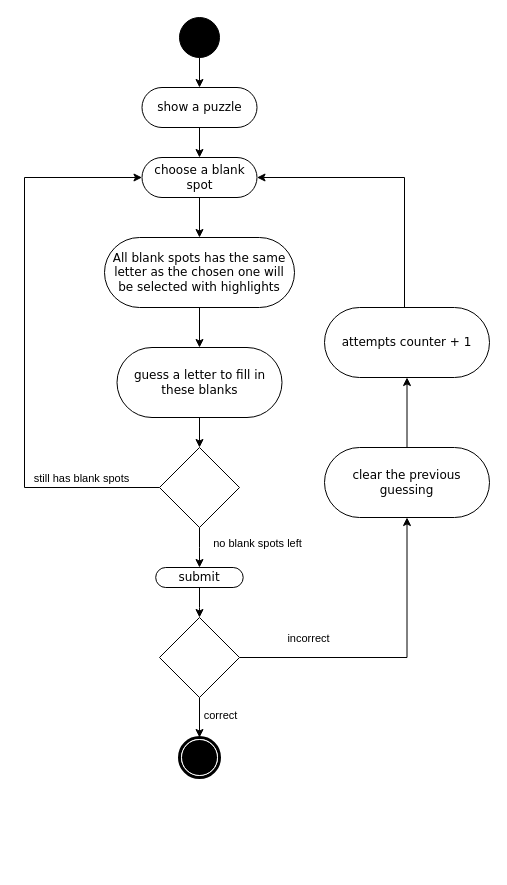
The draw.io diagram play.drawio in maxinimize/uml, before the edit. Source tidied: cells renumbered, new cells numbered last; positions are measured from the earlier drawing's top-left corner, leaving out a move shared by most shapes. Both pictures are drawn from the tidied source at 100%, with x=0, y=0 at pixel (24, 17).
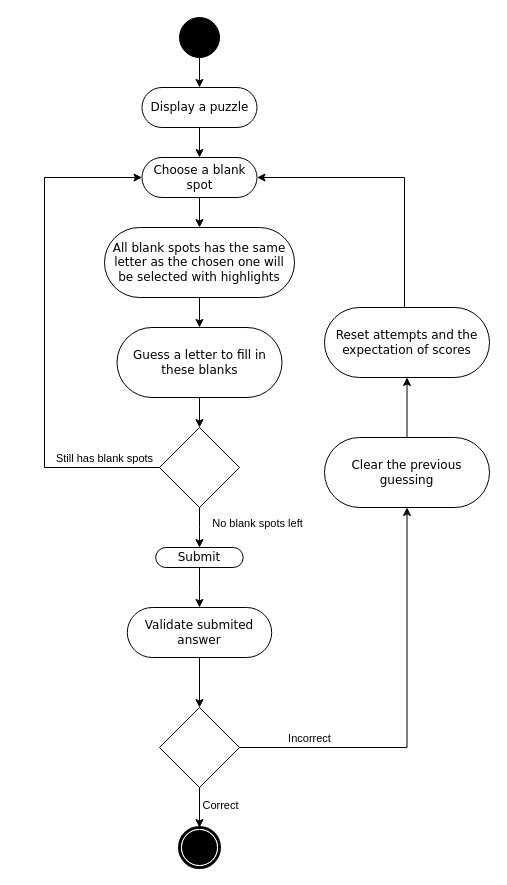
The same page after the edit.

Unchanged cells that the change refers to:
```xml
<mxCell id="12" style="edgeStyle=orthogonalEdgeStyle;rounded=0;jettySize=auto;html=1;" parent="1" edge="1" source="14" target="16">
  <mxGeometry relative="1" as="geometry" />
</mxCell>
<mxCell id="17" style="edgeStyle=orthogonalEdgeStyle;rounded=0;jettySize=auto;html=1;" parent="1" edge="1" source="21" target="23">
  <mxGeometry relative="1" as="geometry" />
</mxCell>
<mxCell id="19" style="edgeStyle=orthogonalEdgeStyle;rounded=0;jettySize=auto;html=1;entryX=0.5;entryY=0;entryDx=0;entryDy=0;" parent="1" edge="1" source="21" target="24">
  <mxGeometry relative="1" as="geometry" />
</mxCell>
```

Change to the diagram source:
```diff
@@
-    <mxCell id="3" value="choose a blank spot" style="rounded=1;whiteSpace=wrap;html=1;shadow=0;comic=0;labelBackgroundColor=none;strokeWidth=1;fontFamily=Verdana;fontSize=12;align=center;arcSize=50;" parent="1" vertex="1">
+    <mxCell id="3" value="Choose a blank spot" style="rounded=1;whiteSpace=wrap;html=1;shadow=0;comic=0;labelBackgroundColor=none;strokeWidth=1;fontFamily=Verdana;fontSize=12;align=center;arcSize=50;" parent="1" vertex="1">
       <mxGeometry x="117.5" y="140" width="115" height="40" as="geometry" />
     </mxCell>
@@
     <mxCell id="7" value="All blank spots has the same letter as the chosen one will be selected with highlights" style="rounded=1;whiteSpace=wrap;html=1;shadow=0;comic=0;labelBackgroundColor=none;strokeWidth=1;fontFamily=Verdana;fontSize=12;align=center;arcSize=50;" parent="1" vertex="1">
-      <mxGeometry x="80" y="220" width="190" height="70" as="geometry" />
+      <mxGeometry x="80" y="210" width="190" height="70" as="geometry" />
     </mxCell>
@@
-    <mxCell id="9" value="guess a letter to fill in these blanks" style="whiteSpace=wrap;html=1;fontFamily=Verdana;rounded=1;shadow=0;comic=0;labelBackgroundColor=none;strokeWidth=1;arcSize=50;" parent="1" vertex="1">
-      <mxGeometry x="92.5" y="330" width="165" height="70" as="geometry" />
+    <mxCell id="9" value="Guess a letter to fill in these blanks" style="whiteSpace=wrap;html=1;fontFamily=Verdana;rounded=1;shadow=0;comic=0;labelBackgroundColor=none;strokeWidth=1;arcSize=50;" parent="1" vertex="1">
+      <mxGeometry x="92.5" y="310" width="165" height="70" as="geometry" />
     </mxCell>
     <mxCell id="10" style="edgeStyle=orthogonalEdgeStyle;rounded=0;jettySize=auto;html=1;entryX=0;entryY=0.5;entryDx=0;entryDy=0;exitX=0;exitY=0.5;exitDx=0;exitDy=0;" parent="1" edge="1" source="14" target="3">
       <mxGeometry relative="1" as="geometry">
         <Array as="points">
-          <mxPoint y="470" />
-          <mxPoint y="160" />
+          <mxPoint x="20" y="450" />
+          <mxPoint x="20" y="160" />
         </Array>
       </mxGeometry>
     </mxCell>
-    <mxCell id="11" value="still has blank spots" style="edgeLabel;html=1;align=center;verticalAlign=middle;" parent="10" vertex="1">
+    <mxCell id="11" value="Still has blank spots" style="edgeLabel;html=1;align=center;verticalAlign=middle;" parent="10" vertex="1">
       <mxGeometry x="-0.61" y="1" relative="1" as="geometry">
-        <mxPoint x="31" y="-11" as="offset" />
+        <mxPoint x="42" y="-11" as="offset" />
       </mxGeometry>
     </mxCell>
@@
-    <mxCell id="13" value="no blank spots left" style="edgeLabel;html=1;align=center;verticalAlign=middle;" parent="12" vertex="1">
+    <mxCell id="13" value="No blank spots left" style="edgeLabel;html=1;align=center;verticalAlign=middle;" parent="12" vertex="1">
       <mxGeometry x="0.02" y="2" relative="1" as="geometry">
         <mxPoint x="55" y="-5" as="offset" />
       </mxGeometry>
     </mxCell>
     <mxCell id="14" style="rhombus;whiteSpace=wrap;html=1;" parent="1" vertex="1">
-      <mxGeometry x="135" y="430" width="80" height="80" as="geometry" />
+      <mxGeometry x="135" y="410" width="80" height="80" as="geometry" />
     </mxCell>
-    <mxCell id="15" style="edgeStyle=orthogonalEdgeStyle;rounded=0;jettySize=auto;html=1;" parent="1" edge="1" source="16" target="21">
-      <mxGeometry relative="1" as="geometry" />
-    </mxCell>
+    <mxCell id="29" style="edgeStyle=orthogonalEdgeStyle;rounded=0;jettySize=auto;html=1;" parent="1" edge="1" source="16" target="31">
+      <mxGeometry relative="1" as="geometry" />
+    </mxCell>
-    <mxCell id="16" value="submit" style="whiteSpace=wrap;html=1;fontFamily=Verdana;rounded=1;shadow=0;comic=0;labelBackgroundColor=none;strokeWidth=1;arcSize=50;" parent="1" vertex="1">
-      <mxGeometry x="131.2" y="550" width="87.5" height="20" as="geometry" />
+    <mxCell id="16" value="Submit" style="whiteSpace=wrap;html=1;fontFamily=Verdana;rounded=1;shadow=0;comic=0;labelBackgroundColor=none;strokeWidth=1;arcSize=50;" parent="1" vertex="1">
+      <mxGeometry x="131.2" y="530" width="87.5" height="20" as="geometry" />
     </mxCell>
@@
-    <mxCell id="18" value="incorrect" style="edgeLabel;html=1;align=center;verticalAlign=middle;" parent="17" vertex="1">
+    <mxCell id="18" value="Incorrect" style="edgeLabel;html=1;align=center;verticalAlign=middle;" parent="17" vertex="1">
       <mxGeometry x="-0.56" relative="1" as="geometry">
-        <mxPoint y="-20" as="offset" />
+        <mxPoint x="-21" y="-10" as="offset" />
       </mxGeometry>
     </mxCell>
@@
-    <mxCell id="20" value="correct" style="edgeLabel;html=1;align=center;verticalAlign=middle;" parent="19" vertex="1">
+    <mxCell id="20" value="Correct" style="edgeLabel;html=1;align=center;verticalAlign=middle;" parent="19" vertex="1">
       <mxGeometry x="-0.13" relative="1" as="geometry">
         <mxPoint x="20" as="offset" />
       </mxGeometry>
     </mxCell>
     <mxCell id="21" style="rhombus;whiteSpace=wrap;html=1;" parent="1" vertex="1">
-      <mxGeometry x="135" y="600" width="80" height="80" as="geometry" />
+      <mxGeometry x="135" y="690" width="80" height="80" as="geometry" />
     </mxCell>
@@
-    <mxCell id="23" value="clear the previous guessing" style="whiteSpace=wrap;html=1;fontFamily=Verdana;rounded=1;shadow=0;comic=0;labelBackgroundColor=none;strokeWidth=1;arcSize=50;" parent="1" vertex="1">
-      <mxGeometry x="300" y="430" width="165" height="70" as="geometry" />
+    <mxCell id="23" value="Clear the previous guessing" style="whiteSpace=wrap;html=1;fontFamily=Verdana;rounded=1;shadow=0;comic=0;labelBackgroundColor=none;strokeWidth=1;arcSize=50;" parent="1" vertex="1">
+      <mxGeometry x="300" y="420" width="165" height="70" as="geometry" />
     </mxCell>
     <mxCell id="24" style="shape=mxgraph.bpmn.shape;html=1;verticalLabelPosition=bottom;labelBackgroundColor=#ffffff;verticalAlign=top;perimeter=ellipsePerimeter;outline=end;symbol=terminate;rounded=0;shadow=0;comic=0;strokeWidth=1;fontFamily=Verdana;fontSize=12;align=center;" parent="1" vertex="1">
-      <mxGeometry x="155" y="720" width="40" height="40" as="geometry" />
+      <mxGeometry x="155" y="810" width="40" height="40" as="geometry" />
     </mxCell>
@@
-    <mxCell id="26" value="show a puzzle" style="rounded=1;whiteSpace=wrap;html=1;shadow=0;comic=0;labelBackgroundColor=none;strokeWidth=1;fontFamily=Verdana;fontSize=12;align=center;arcSize=50;" parent="1" vertex="1">
+    <mxCell id="26" value="Display a puzzle" style="rounded=1;whiteSpace=wrap;html=1;shadow=0;comic=0;labelBackgroundColor=none;strokeWidth=1;fontFamily=Verdana;fontSize=12;align=center;arcSize=50;" parent="1" vertex="1">
       <mxGeometry x="117.5" y="70" width="115" height="40" as="geometry" />
     </mxCell>
@@
-    <mxCell id="28" value="attempts counter + 1" style="whiteSpace=wrap;html=1;fontFamily=Verdana;rounded=1;shadow=0;comic=0;labelBackgroundColor=none;strokeWidth=1;arcSize=50;" parent="1" vertex="1">
+    <mxCell id="28" value="Reset attempts and the expectation of scores" style="whiteSpace=wrap;html=1;fontFamily=Verdana;rounded=1;shadow=0;comic=0;labelBackgroundColor=none;strokeWidth=1;arcSize=50;" parent="1" vertex="1">
       <mxGeometry x="300" y="290" width="165" height="70" as="geometry" />
     </mxCell>
+    <mxCell id="30" style="edgeStyle=orthogonalEdgeStyle;rounded=0;jettySize=auto;html=1;" parent="1" edge="1" source="31" target="21">
+      <mxGeometry relative="1" as="geometry" />
+    </mxCell>
+    <mxCell id="31" value="Validate submited answer" style="whiteSpace=wrap;html=1;fontFamily=Verdana;rounded=1;shadow=0;comic=0;labelBackgroundColor=none;strokeWidth=1;arcSize=50;" parent="1" vertex="1">
+      <mxGeometry x="102.8" y="590" width="144.4" height="50" as="geometry" />
+    </mxCell>
```
